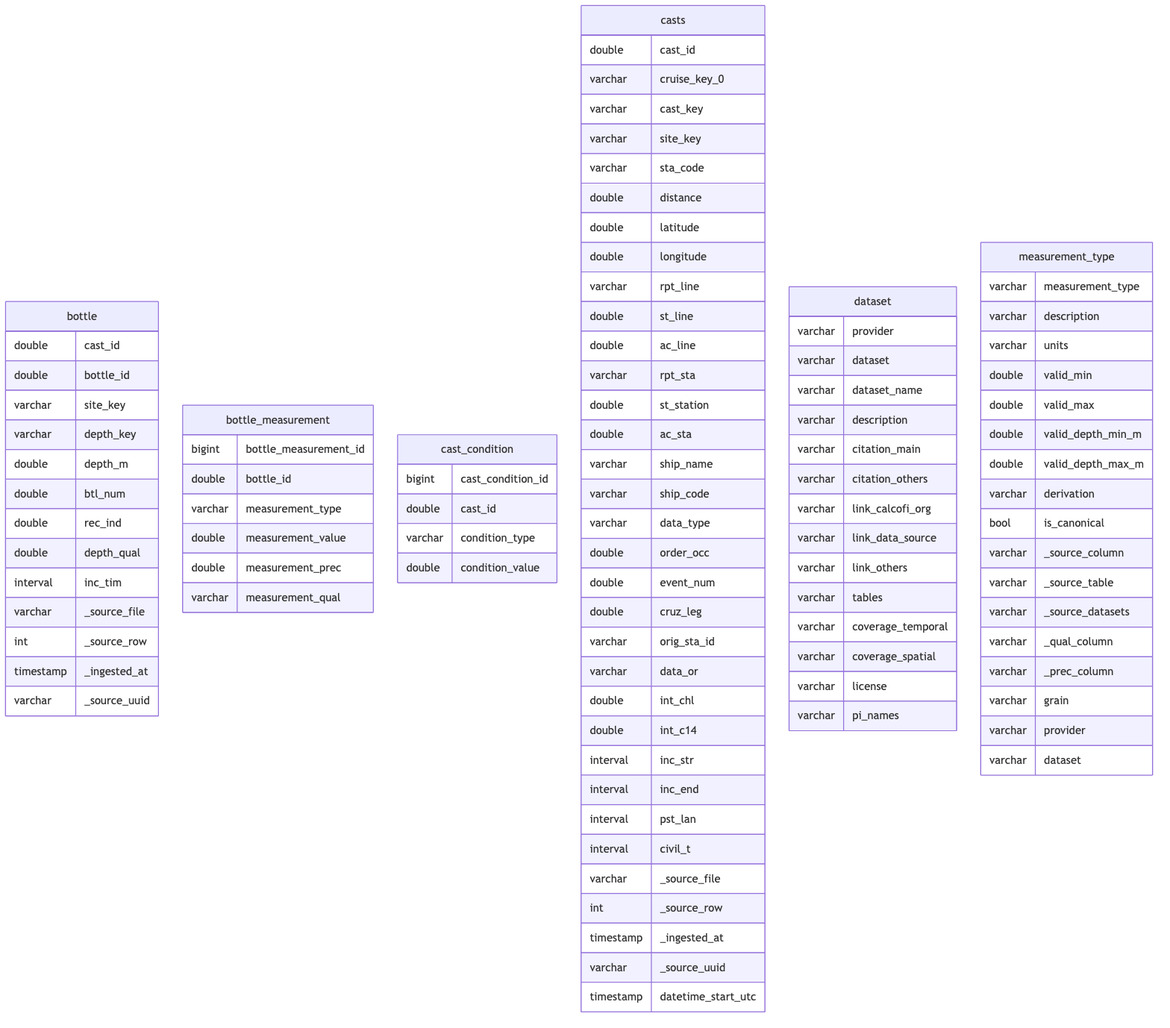
CalCOFI/workflows keeps this Mermaid diagram as _output/ingest_calcofi_bottle_files/figure-html/erd_tbls-1.png. Above is the earlier version. Its source is kept beside it as _output/ingest_calcofi_bottle_files/figure-html/erd_tbls-1.mmd.
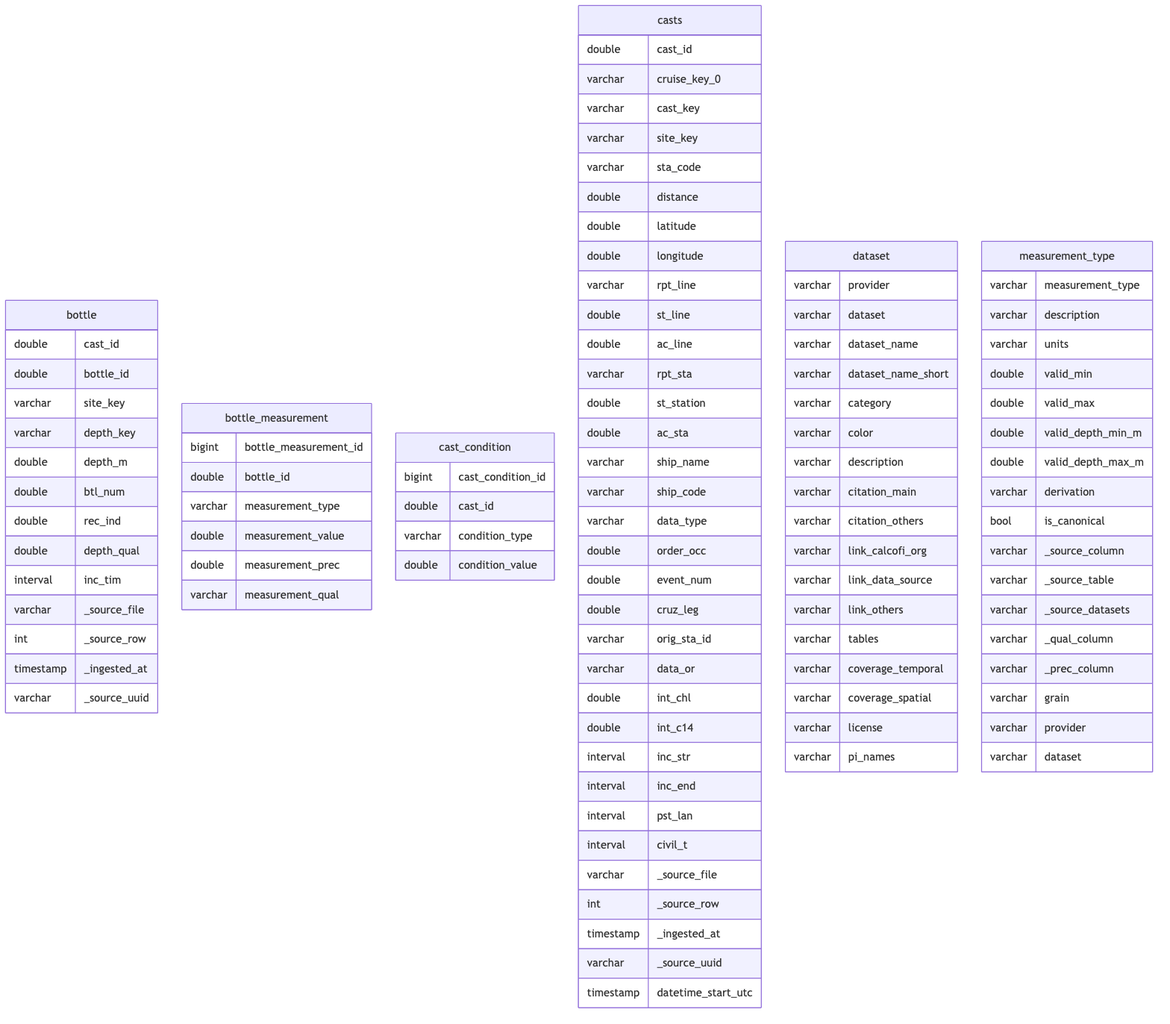
Later version of the same file.

The edit, as a diff of the source:
```diff
@@ -71,6 +71,9 @@
         varchar provider
         varchar dataset
         varchar dataset_name
+        varchar dataset_name_short
+        varchar category
+        varchar color
         varchar description
         varchar citation_main
         varchar citation_others
```
